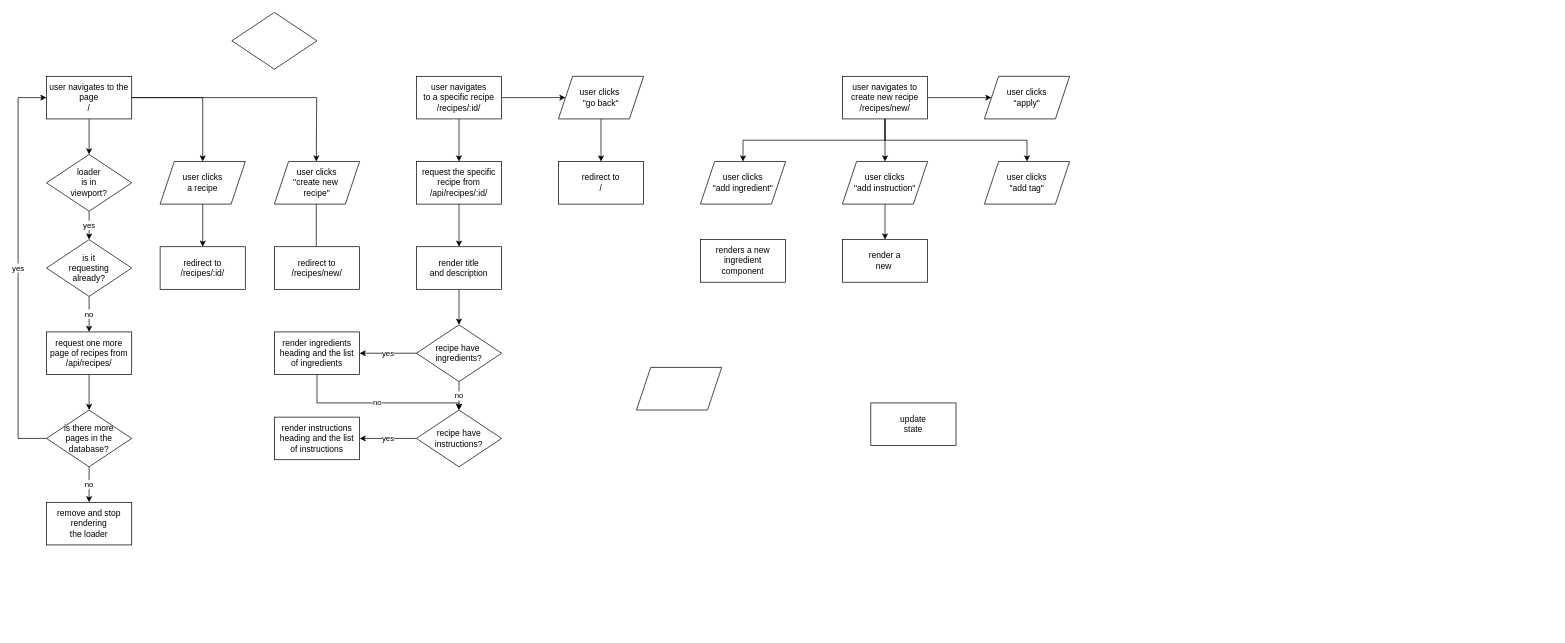
Earlier version of the draw.io diagram webbutveckling/JavascriptbaseradWebbutveckling/Moment5/siteFlow.drawio (EliasEriksson/miun). Source tidied: cells renumbered, new cells numbered last; positions are measured from the earlier drawing's top-left corner, leaving out a move shared by most shapes. Both pictures are drawn from the tidied source at 71%, with x=0, y=0 at pixel (18, 12).
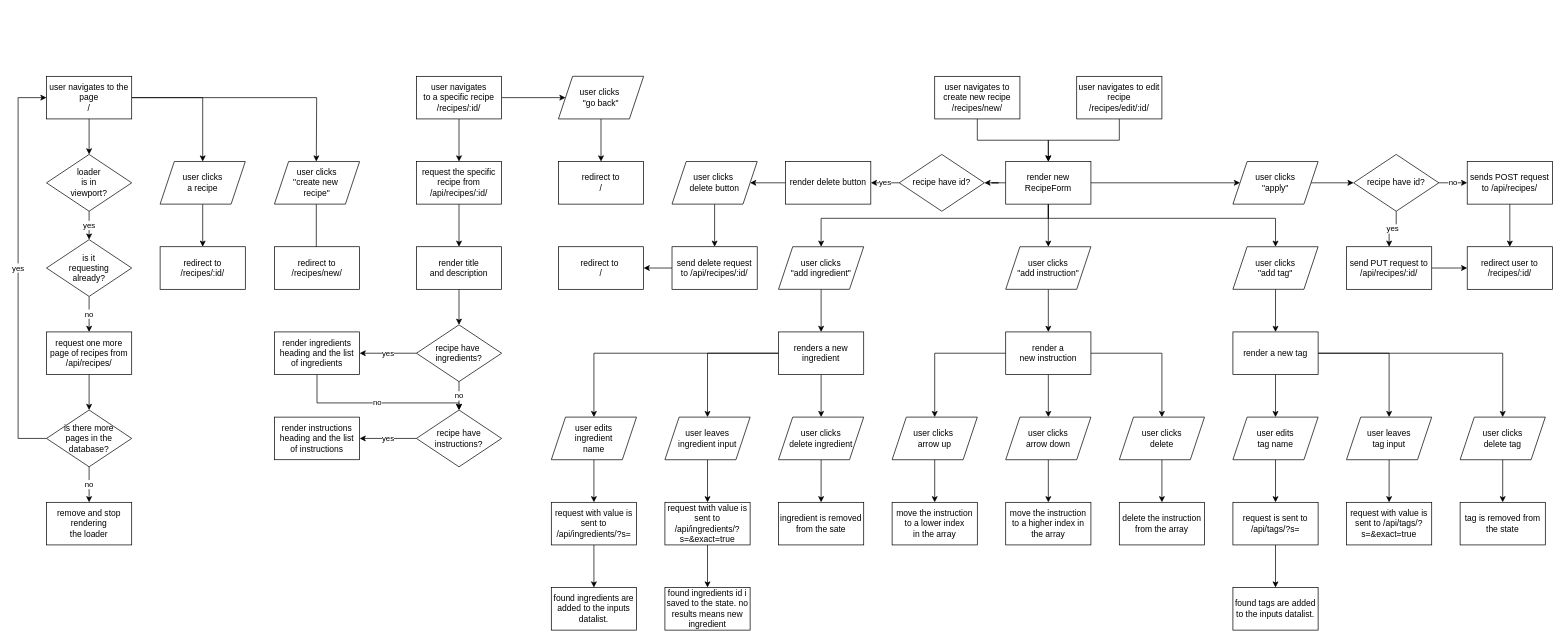
The same page after the edit.

Diff of the diagram source:
```diff
@@
-    <mxCell id="12" style="rhombus;whiteSpace=wrap;html=1;" parent="1" vertex="1">
-      <mxGeometry x="301" width="120" height="80" as="geometry" />
-    </mxCell>
@@
+    <mxCell id="39" style="edgeStyle=orthogonalEdgeStyle;rounded=0;jettySize=auto;html=1;" parent="1" edge="1" source="42" target="48">
+      <mxGeometry relative="1" as="geometry" />
+    </mxCell>
+    <mxCell id="41" style="edgeStyle=orthogonalEdgeStyle;rounded=0;jettySize=auto;html=1;" parent="1" edge="1" source="42" target="50">
+      <mxGeometry relative="1" as="geometry" />
+    </mxCell>
+    <mxCell id="40" style="edgeStyle=orthogonalEdgeStyle;rounded=0;jettySize=auto;html=1;" parent="1" edge="1" source="42" target="46">
+      <mxGeometry relative="1" as="geometry">
+        <Array as="points">
+          <mxPoint x="1451" y="290" />
+          <mxPoint x="1131" y="290" />
+        </Array>
+      </mxGeometry>
+    </mxCell>
     <mxCell id="38" style="edgeStyle=orthogonalEdgeStyle;rounded=0;jettySize=auto;html=1;" parent="1" edge="1" source="42" target="49">
       <mxGeometry relative="1" as="geometry">
         <Array as="points">
-          <mxPoint x="1221" y="180" />
-          <mxPoint x="1421" y="180" />
+          <mxPoint x="1451" y="290" />
+          <mxPoint x="1771" y="290" />
         </Array>
       </mxGeometry>
     </mxCell>
-    <mxCell id="39" style="edgeStyle=orthogonalEdgeStyle;rounded=0;jettySize=auto;html=1;" parent="1" edge="1" source="42" target="48">
-      <mxGeometry relative="1" as="geometry" />
-    </mxCell>
-    <mxCell id="40" style="edgeStyle=orthogonalEdgeStyle;rounded=0;jettySize=auto;html=1;" parent="1" edge="1" source="42" target="46">
-      <mxGeometry relative="1" as="geometry">
-        <Array as="points">
-          <mxPoint x="1221" y="180" />
-          <mxPoint x="1021" y="180" />
-        </Array>
-      </mxGeometry>
-    </mxCell>
-    <mxCell id="41" style="edgeStyle=orthogonalEdgeStyle;rounded=0;jettySize=auto;html=1;" parent="1" edge="1" source="42" target="50">
-      <mxGeometry relative="1" as="geometry" />
-    </mxCell>
+    <mxCell id="55" style="edgeStyle=orthogonalEdgeStyle;rounded=0;jettySize=auto;html=1;" parent="1" edge="1" source="42" target="113">
+      <mxGeometry relative="1" as="geometry" />
+    </mxCell>
-    <mxCell id="42" value="user navigates to&lt;br&gt;create new recipe&lt;br&gt;/recipes/new/" style="rounded=0;whiteSpace=wrap;html=1;" parent="1" vertex="1">
-      <mxGeometry x="1161" y="90" width="120" height="60" as="geometry" />
+    <mxCell id="42" value="render new&lt;br&gt;RecipeForm" style="rounded=0;whiteSpace=wrap;html=1;" parent="1" vertex="1">
+      <mxGeometry x="1391" y="210" width="120" height="60" as="geometry" />
     </mxCell>
@@
+    <mxCell id="56" style="edgeStyle=orthogonalEdgeStyle;rounded=0;jettySize=auto;html=1;" parent="1" edge="1" source="46" target="51">
+      <mxGeometry relative="1" as="geometry" />
+    </mxCell>
     <mxCell id="46" value="user clicks&lt;br&gt;&quot;add ingredient&quot;" style="shape=parallelogram;perimeter=parallelogramPerimeter;whiteSpace=wrap;html=1;fixedSize=1;" parent="1" vertex="1">
-      <mxGeometry x="961" y="210" width="120" height="60" as="geometry" />
+      <mxGeometry x="1071" y="330" width="120" height="60" as="geometry" />
     </mxCell>
@@
     <mxCell id="48" value="user clicks&lt;br&gt;&quot;add instruction&quot;" style="shape=parallelogram;perimeter=parallelogramPerimeter;whiteSpace=wrap;html=1;fixedSize=1;" parent="1" vertex="1">
-      <mxGeometry x="1161" y="210" width="120" height="60" as="geometry" />
+      <mxGeometry x="1391" y="330" width="120" height="60" as="geometry" />
     </mxCell>
+    <mxCell id="57" style="edgeStyle=orthogonalEdgeStyle;rounded=0;jettySize=auto;html=1;" parent="1" edge="1" source="49" target="89">
+      <mxGeometry relative="1" as="geometry" />
+    </mxCell>
     <mxCell id="49" value="user clicks&lt;br&gt;&quot;add tag&quot;" style="shape=parallelogram;perimeter=parallelogramPerimeter;whiteSpace=wrap;html=1;fixedSize=1;" parent="1" vertex="1">
-      <mxGeometry x="1361" y="210" width="120" height="60" as="geometry" />
+      <mxGeometry x="1711" y="330" width="120" height="60" as="geometry" />
     </mxCell>
+    <mxCell id="58" style="edgeStyle=orthogonalEdgeStyle;rounded=0;jettySize=auto;html=1;" parent="1" edge="1" source="50" target="107">
+      <mxGeometry relative="1" as="geometry" />
+    </mxCell>
     <mxCell id="50" value="user clicks&lt;br&gt;&quot;apply&quot;" style="shape=parallelogram;perimeter=parallelogramPerimeter;whiteSpace=wrap;html=1;fixedSize=1;" parent="1" vertex="1">
-      <mxGeometry x="1361" y="90" width="120" height="60" as="geometry" />
+      <mxGeometry x="1711" y="210" width="120" height="60" as="geometry" />
     </mxCell>
+    <mxCell id="59" style="edgeStyle=orthogonalEdgeStyle;rounded=0;jettySize=auto;html=1;" parent="1" edge="1" source="51" target="52">
+      <mxGeometry relative="1" as="geometry" />
+    </mxCell>
+    <mxCell id="60" style="edgeStyle=orthogonalEdgeStyle;rounded=0;jettySize=auto;html=1;" parent="1" edge="1" source="51" target="70">
+      <mxGeometry relative="1" as="geometry" />
+    </mxCell>
+    <mxCell id="61" style="edgeStyle=orthogonalEdgeStyle;rounded=0;jettySize=auto;html=1;" parent="1" edge="1" source="51" target="75">
+      <mxGeometry relative="1" as="geometry" />
+    </mxCell>
-    <mxCell id="51" value="renders a new&lt;br&gt;ingredient&lt;br&gt;component" style="rounded=0;whiteSpace=wrap;html=1;" parent="1" vertex="1">
-      <mxGeometry x="961" y="320" width="120" height="60" as="geometry" />
+    <mxCell id="51" value="renders a new&lt;br&gt;ingredient" style="rounded=0;whiteSpace=wrap;html=1;" parent="1" vertex="1">
+      <mxGeometry x="1071" y="450" width="120" height="60" as="geometry" />
     </mxCell>
+    <mxCell id="62" style="edgeStyle=orthogonalEdgeStyle;rounded=0;jettySize=auto;html=1;" parent="1" edge="1" source="52" target="67">
+      <mxGeometry relative="1" as="geometry" />
+    </mxCell>
-    <mxCell id="52" style="shape=parallelogram;perimeter=parallelogramPerimeter;whiteSpace=wrap;html=1;fixedSize=1;" parent="1" vertex="1">
-      <mxGeometry x="871" y="500" width="120" height="60" as="geometry" />
+    <mxCell id="52" value="user edits&lt;br&gt;ingredient&lt;br&gt;name" style="shape=parallelogram;perimeter=parallelogramPerimeter;whiteSpace=wrap;html=1;fixedSize=1;" parent="1" vertex="1">
+      <mxGeometry x="751" y="570" width="120" height="60" as="geometry" />
     </mxCell>
-    <mxCell id="53" value="update&lt;br&gt;state" style="rounded=0;whiteSpace=wrap;html=1;" parent="1" vertex="1">
-      <mxGeometry x="1201" y="550" width="120" height="60" as="geometry" />
-    </mxCell>
+    <mxCell id="63" style="edgeStyle=orthogonalEdgeStyle;rounded=0;jettySize=auto;html=1;" parent="1" edge="1" source="54" target="80">
+      <mxGeometry relative="1" as="geometry" />
+    </mxCell>
+    <mxCell id="64" style="edgeStyle=orthogonalEdgeStyle;rounded=0;jettySize=auto;html=1;" parent="1" edge="1" source="54" target="78">
+      <mxGeometry relative="1" as="geometry" />
+    </mxCell>
+    <mxCell id="65" style="edgeStyle=orthogonalEdgeStyle;rounded=0;jettySize=auto;html=1;" parent="1" edge="1" source="54" target="82">
+      <mxGeometry relative="1" as="geometry" />
+    </mxCell>
-    <mxCell id="54" value="render a&lt;br&gt;new&amp;nbsp;" style="whiteSpace=wrap;html=1;" parent="1" vertex="1">
-      <mxGeometry x="1161" y="320" width="120" height="60" as="geometry" />
+    <mxCell id="54" value="render a&lt;br&gt;new instruction" style="whiteSpace=wrap;html=1;" parent="1" vertex="1">
+      <mxGeometry x="1391" y="450" width="120" height="60" as="geometry" />
     </mxCell>
+    <mxCell id="66" style="edgeStyle=orthogonalEdgeStyle;rounded=0;jettySize=auto;html=1;" parent="1" edge="1" source="67" target="68">
+      <mxGeometry relative="1" as="geometry" />
+    </mxCell>
+    <mxCell id="67" value="request with value is sent to /api/ingredients/?s=" style="rounded=0;whiteSpace=wrap;html=1;" parent="1" vertex="1">
+      <mxGeometry x="751" y="690" width="120" height="60" as="geometry" />
+    </mxCell>
+    <mxCell id="68" value="found ingredients are added to the inputs datalist." style="rounded=0;whiteSpace=wrap;html=1;" parent="1" vertex="1">
+      <mxGeometry x="751" y="810" width="120" height="60" as="geometry" />
+    </mxCell>
+    <mxCell id="69" style="edgeStyle=orthogonalEdgeStyle;rounded=0;jettySize=auto;html=1;" parent="1" edge="1" source="70" target="72">
+      <mxGeometry relative="1" as="geometry" />
+    </mxCell>
+    <mxCell id="70" value="user leaves&lt;br&gt;ingredient input" style="shape=parallelogram;perimeter=parallelogramPerimeter;whiteSpace=wrap;html=1;fixedSize=1;" parent="1" vertex="1">
+      <mxGeometry x="911" y="570" width="120" height="60" as="geometry" />
+    </mxCell>
+    <mxCell id="71" style="edgeStyle=orthogonalEdgeStyle;rounded=0;jettySize=auto;html=1;" parent="1" edge="1" source="72" target="73">
+      <mxGeometry relative="1" as="geometry" />
+    </mxCell>
+    <mxCell id="72" value="request twith value is sent to&lt;br&gt;/api/ingredients/?s=&amp;amp;exact=true" style="rounded=0;whiteSpace=wrap;html=1;" parent="1" vertex="1">
+      <mxGeometry x="911" y="690" width="120" height="60" as="geometry" />
+    </mxCell>
+    <mxCell id="73" value="found ingredients id i saved to the state. no results means new ingredient" style="rounded=0;whiteSpace=wrap;html=1;" parent="1" vertex="1">
+      <mxGeometry x="911" y="810" width="120" height="60" as="geometry" />
+    </mxCell>
+    <mxCell id="74" style="edgeStyle=orthogonalEdgeStyle;rounded=0;jettySize=auto;html=1;" parent="1" edge="1" source="75" target="76">
+      <mxGeometry relative="1" as="geometry" />
+    </mxCell>
+    <mxCell id="75" value="user clicks&lt;br&gt;delete ingredient" style="shape=parallelogram;perimeter=parallelogramPerimeter;whiteSpace=wrap;html=1;fixedSize=1;" parent="1" vertex="1">
+      <mxGeometry x="1071" y="570" width="120" height="60" as="geometry" />
+    </mxCell>
+    <mxCell id="76" value="ingredient is removed&lt;br&gt;from the sate" style="rounded=0;whiteSpace=wrap;html=1;" parent="1" vertex="1">
+      <mxGeometry x="1071" y="690" width="120" height="60" as="geometry" />
+    </mxCell>
+    <mxCell id="77" style="edgeStyle=orthogonalEdgeStyle;rounded=0;jettySize=auto;html=1;" parent="1" edge="1" source="78" target="84">
+      <mxGeometry relative="1" as="geometry" />
+    </mxCell>
+    <mxCell id="78" value="user clicks&amp;nbsp;&lt;br&gt;arrow up" style="shape=parallelogram;perimeter=parallelogramPerimeter;whiteSpace=wrap;html=1;fixedSize=1;" parent="1" vertex="1">
+      <mxGeometry x="1231" y="570" width="120" height="60" as="geometry" />
+    </mxCell>
+    <mxCell id="79" style="edgeStyle=orthogonalEdgeStyle;rounded=0;jettySize=auto;html=1;" parent="1" edge="1" source="80" target="83">
+      <mxGeometry relative="1" as="geometry" />
+    </mxCell>
+    <mxCell id="80" value="user clicks&lt;br&gt;arrow down" style="shape=parallelogram;perimeter=parallelogramPerimeter;whiteSpace=wrap;html=1;fixedSize=1;" parent="1" vertex="1">
+      <mxGeometry x="1391" y="570" width="120" height="60" as="geometry" />
+    </mxCell>
+    <mxCell id="81" style="edgeStyle=orthogonalEdgeStyle;rounded=0;jettySize=auto;html=1;" parent="1" edge="1" source="82" target="85">
+      <mxGeometry relative="1" as="geometry" />
+    </mxCell>
+    <mxCell id="82" value="user clicks&lt;br&gt;delete" style="shape=parallelogram;perimeter=parallelogramPerimeter;whiteSpace=wrap;html=1;fixedSize=1;" parent="1" vertex="1">
+      <mxGeometry x="1551" y="570" width="120" height="60" as="geometry" />
+    </mxCell>
+    <mxCell id="83" value="move the instruction to a higher index in the array" style="rounded=0;whiteSpace=wrap;html=1;" parent="1" vertex="1">
+      <mxGeometry x="1391" y="690" width="120" height="60" as="geometry" />
+    </mxCell>
+    <mxCell id="84" value="move the instruction&lt;br&gt;to a lower index&lt;br&gt;in the array" style="rounded=0;whiteSpace=wrap;html=1;" parent="1" vertex="1">
+      <mxGeometry x="1231" y="690" width="120" height="60" as="geometry" />
+    </mxCell>
+    <mxCell id="85" value="delete the instruction from the array" style="rounded=0;whiteSpace=wrap;html=1;" parent="1" vertex="1">
+      <mxGeometry x="1551" y="690" width="120" height="60" as="geometry" />
+    </mxCell>
+    <mxCell id="86" style="edgeStyle=orthogonalEdgeStyle;rounded=0;jettySize=auto;html=1;" parent="1" edge="1" source="89" target="91">
+      <mxGeometry relative="1" as="geometry" />
+    </mxCell>
+    <mxCell id="87" style="edgeStyle=orthogonalEdgeStyle;rounded=0;jettySize=auto;html=1;" parent="1" edge="1" source="89" target="96">
+      <mxGeometry relative="1" as="geometry" />
+    </mxCell>
+    <mxCell id="88" style="edgeStyle=orthogonalEdgeStyle;rounded=0;jettySize=auto;html=1;" parent="1" edge="1" source="89" target="98">
+      <mxGeometry relative="1" as="geometry" />
+    </mxCell>
+    <mxCell id="89" value="render a new tag" style="rounded=0;whiteSpace=wrap;html=1;" parent="1" vertex="1">
+      <mxGeometry x="1711" y="450" width="120" height="60" as="geometry" />
+    </mxCell>
+    <mxCell id="90" style="edgeStyle=orthogonalEdgeStyle;rounded=0;jettySize=auto;html=1;" parent="1" edge="1" source="91" target="93">
+      <mxGeometry relative="1" as="geometry" />
+    </mxCell>
+    <mxCell id="91" value="user edits&lt;br&gt;tag name" style="shape=parallelogram;perimeter=parallelogramPerimeter;whiteSpace=wrap;html=1;fixedSize=1;" parent="1" vertex="1">
+      <mxGeometry x="1711" y="570" width="120" height="60" as="geometry" />
+    </mxCell>
+    <mxCell id="92" style="edgeStyle=orthogonalEdgeStyle;rounded=0;jettySize=auto;html=1;" parent="1" edge="1" source="93" target="94">
+      <mxGeometry relative="1" as="geometry" />
+    </mxCell>
+    <mxCell id="93" value="request is sent to /api/tags/?s=" style="rounded=0;whiteSpace=wrap;html=1;" parent="1" vertex="1">
+      <mxGeometry x="1711" y="690" width="120" height="60" as="geometry" />
+    </mxCell>
+    <mxCell id="94" value="found tags are added to the inputs datalist." style="rounded=0;whiteSpace=wrap;html=1;" parent="1" vertex="1">
+      <mxGeometry x="1711" y="810" width="120" height="60" as="geometry" />
+    </mxCell>
+    <mxCell id="95" style="edgeStyle=orthogonalEdgeStyle;rounded=0;jettySize=auto;html=1;" parent="1" edge="1" source="96" target="99">
+      <mxGeometry relative="1" as="geometry" />
+    </mxCell>
+    <mxCell id="96" value="user leaves&lt;br&gt;tag input" style="shape=parallelogram;perimeter=parallelogramPerimeter;whiteSpace=wrap;html=1;fixedSize=1;" parent="1" vertex="1">
+      <mxGeometry x="1871" y="570" width="120" height="60" as="geometry" />
+    </mxCell>
+    <mxCell id="97" style="edgeStyle=orthogonalEdgeStyle;rounded=0;jettySize=auto;html=1;" parent="1" edge="1" source="98" target="100">
+      <mxGeometry relative="1" as="geometry" />
+    </mxCell>
+    <mxCell id="98" value="user clicks&lt;br&gt;delete tag" style="shape=parallelogram;perimeter=parallelogramPerimeter;whiteSpace=wrap;html=1;fixedSize=1;" parent="1" vertex="1">
+      <mxGeometry x="2031" y="570" width="120" height="60" as="geometry" />
+    </mxCell>
+    <mxCell id="99" value="request with value is sent to /api/tags/?s=&amp;amp;exact=true" style="rounded=0;whiteSpace=wrap;html=1;" parent="1" vertex="1">
+      <mxGeometry x="1871" y="690" width="120" height="60" as="geometry" />
+    </mxCell>
+    <mxCell id="100" value="tag is removed from the state" style="rounded=0;whiteSpace=wrap;html=1;" parent="1" vertex="1">
+      <mxGeometry x="2031" y="690" width="120" height="60" as="geometry" />
+    </mxCell>
+    <mxCell id="101" style="edgeStyle=orthogonalEdgeStyle;rounded=0;jettySize=auto;html=1;" parent="1" edge="1" source="102" target="42">
+      <mxGeometry relative="1" as="geometry" />
+    </mxCell>
+    <mxCell id="102" value="&lt;span&gt;user navigates to&lt;/span&gt;&lt;br&gt;&lt;span&gt;create new recipe&lt;/span&gt;&lt;br&gt;&lt;span&gt;/recipes/new/&lt;/span&gt;" style="rounded=0;whiteSpace=wrap;html=1;" parent="1" vertex="1">
+      <mxGeometry x="1291" y="90" width="120" height="60" as="geometry" />
+    </mxCell>
+    <mxCell id="103" style="edgeStyle=orthogonalEdgeStyle;rounded=0;jettySize=auto;html=1;" parent="1" edge="1" source="104" target="42">
+      <mxGeometry relative="1" as="geometry" />
+    </mxCell>
+    <mxCell id="104" value="user navigates to edit recipe&lt;br&gt;/recipes/edit/:id/" style="rounded=0;whiteSpace=wrap;html=1;" parent="1" vertex="1">
+      <mxGeometry x="1491" y="90" width="120" height="60" as="geometry" />
+    </mxCell>
+    <mxCell id="105" value="yes" style="edgeStyle=orthogonalEdgeStyle;rounded=0;jettySize=auto;html=1;" parent="1" edge="1" source="107" target="109">
+      <mxGeometry relative="1" as="geometry" />
+    </mxCell>
+    <mxCell id="106" value="no" style="edgeStyle=orthogonalEdgeStyle;rounded=0;jettySize=auto;html=1;" parent="1" edge="1" source="107" target="111">
+      <mxGeometry relative="1" as="geometry" />
+    </mxCell>
+    <mxCell id="107" value="recipe have id?" style="rhombus;whiteSpace=wrap;html=1;" parent="1" vertex="1">
+      <mxGeometry x="1881" y="200" width="120" height="80" as="geometry" />
+    </mxCell>
+    <mxCell id="108" style="edgeStyle=orthogonalEdgeStyle;rounded=0;jettySize=auto;html=1;" parent="1" edge="1" source="109" target="121">
+      <mxGeometry relative="1" as="geometry" />
+    </mxCell>
+    <mxCell id="109" value="send PUT request to&lt;br&gt;/api/recipes/:id/" style="rounded=0;whiteSpace=wrap;html=1;" parent="1" vertex="1">
+      <mxGeometry x="1871" y="330" width="120" height="60" as="geometry" />
+    </mxCell>
+    <mxCell id="110" style="edgeStyle=orthogonalEdgeStyle;rounded=0;jettySize=auto;html=1;" parent="1" edge="1" source="111" target="121">
+      <mxGeometry relative="1" as="geometry" />
+    </mxCell>
+    <mxCell id="111" value="sends POST request to /api/recipes/" style="rounded=0;whiteSpace=wrap;html=1;" parent="1" vertex="1">
+      <mxGeometry x="2041" y="210" width="120" height="60" as="geometry" />
+    </mxCell>
+    <mxCell id="112" value="yes" style="edgeStyle=orthogonalEdgeStyle;rounded=0;jettySize=auto;html=1;" parent="1" edge="1" source="113" target="115">
+      <mxGeometry relative="1" as="geometry" />
+    </mxCell>
+    <mxCell id="113" value="recipe have id?" style="rhombus;whiteSpace=wrap;html=1;" parent="1" vertex="1">
+      <mxGeometry x="1241" y="200" width="120" height="80" as="geometry" />
+    </mxCell>
+    <mxCell id="114" style="edgeStyle=orthogonalEdgeStyle;rounded=0;jettySize=auto;html=1;" parent="1" edge="1" source="115" target="117">
+      <mxGeometry relative="1" as="geometry" />
+    </mxCell>
+    <mxCell id="115" value="render delete button" style="rounded=0;whiteSpace=wrap;html=1;" parent="1" vertex="1">
+      <mxGeometry x="1081" y="210" width="120" height="60" as="geometry" />
+    </mxCell>
+    <mxCell id="116" style="edgeStyle=orthogonalEdgeStyle;rounded=0;jettySize=auto;html=1;" parent="1" edge="1" source="117" target="119">
+      <mxGeometry relative="1" as="geometry" />
+    </mxCell>
+    <mxCell id="117" value="user clicks&amp;nbsp;&lt;br&gt;delete button" style="shape=parallelogram;perimeter=parallelogramPerimeter;whiteSpace=wrap;html=1;fixedSize=1;" parent="1" vertex="1">
+      <mxGeometry x="921" y="210" width="120" height="60" as="geometry" />
+    </mxCell>
+    <mxCell id="118" style="edgeStyle=orthogonalEdgeStyle;rounded=0;jettySize=auto;html=1;" parent="1" edge="1" source="119" target="120">
+      <mxGeometry relative="1" as="geometry" />
+    </mxCell>
+    <mxCell id="119" value="send delete request to /api/recipes/:id/" style="rounded=0;whiteSpace=wrap;html=1;" parent="1" vertex="1">
+      <mxGeometry x="921" y="330" width="120" height="60" as="geometry" />
+    </mxCell>
+    <mxCell id="120" value="redirect to&amp;nbsp;&lt;br&gt;/" style="rounded=0;whiteSpace=wrap;html=1;" parent="1" vertex="1">
+      <mxGeometry x="761" y="330" width="120" height="60" as="geometry" />
+    </mxCell>
+    <mxCell id="121" value="redirect user to&lt;br&gt;/recipes/:id/" style="whiteSpace=wrap;html=1;rounded=0;" parent="1" vertex="1">
+      <mxGeometry x="2041" y="330" width="120" height="60" as="geometry" />
+    </mxCell>
```
